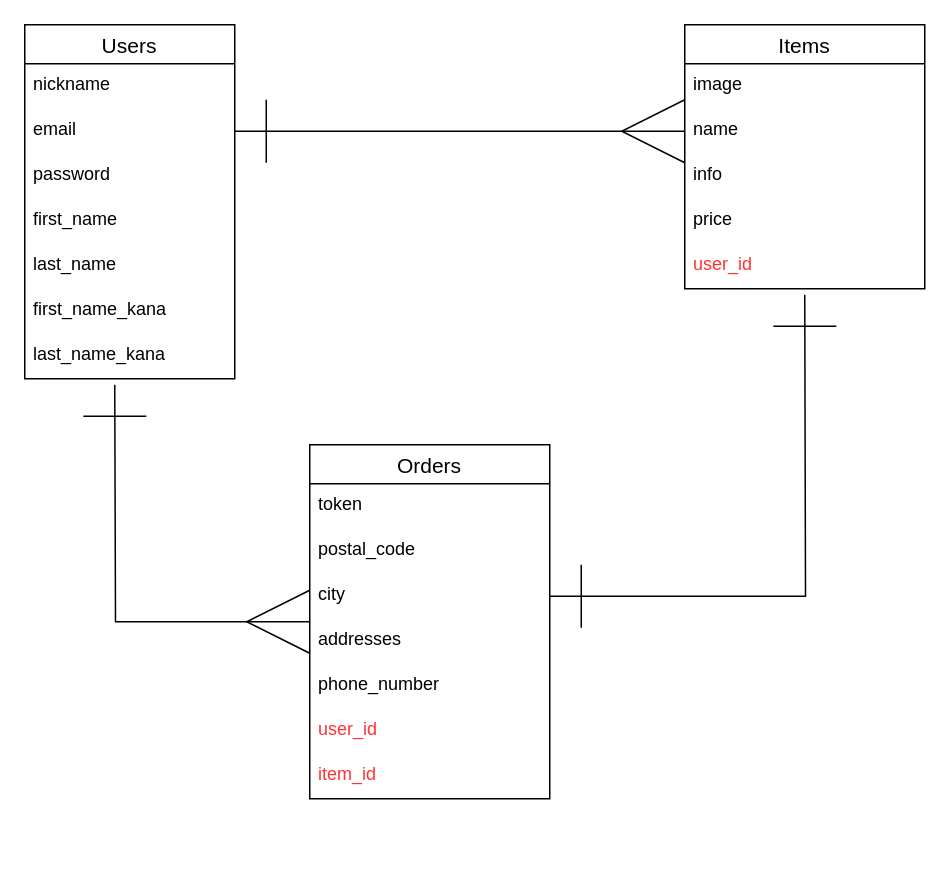
Above: config/ER.dio in yatto17/furima-35905 (draw.io), before the change. Source tidied: cells renumbered, new cells numbered last; positions are measured from the earlier drawing's top-left corner, leaving out a move shared by most shapes. Both pictures are drawn from the tidied source at 150%, with x=0, y=0 at pixel (24, 24).
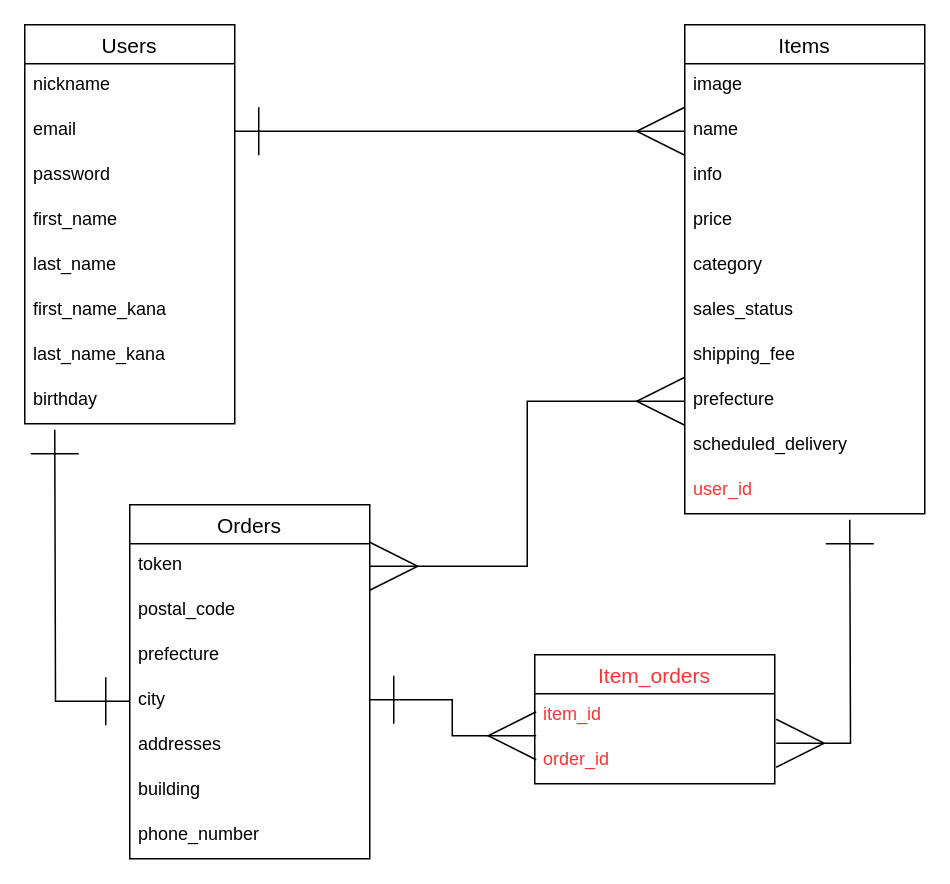
Above is the later version.

Commit message (it also covers changes not shown here):
DB設計の見直し・修正

Unchanged cells that the change refers to:
```xml
<mxCell id="4" value="email" style="text;strokeColor=none;fillColor=none;spacingLeft=4;spacingRight=4;overflow=hidden;points=[[0,0.5],[1,0.5]];portConstraint=eastwest;fontSize=12;align=left;" parent="2" vertex="1">
  <mxGeometry y="56" width="140" height="30" as="geometry" />
</mxCell>
<mxCell id="12" value="name" style="text;strokeColor=none;fillColor=none;spacingLeft=4;spacingRight=4;overflow=hidden;points=[[0,0.5],[1,0.5]];portConstraint=eastwest;fontSize=12;" parent="10" vertex="1">
  <mxGeometry y="56" width="160" height="30" as="geometry" />
</mxCell>
<mxCell id="18" value="token" style="text;strokeColor=none;fillColor=none;spacingLeft=4;spacingRight=4;overflow=hidden;points=[[0,0.5],[1,0.5]];portConstraint=eastwest;fontSize=12;" parent="17" vertex="1">
  <mxGeometry y="26" width="160" height="30" as="geometry" />
</mxCell>
```

Diff of the diagram source:
```diff
@@
     <mxCell id="2" value="Users" style="swimlane;fontStyle=0;horizontal=1;startSize=26;align=center;fontSize=14;" parent="1" vertex="1">
-      <mxGeometry width="140" height="236" as="geometry" />
+      <mxGeometry width="140" height="266" as="geometry" />
     </mxCell>
@@
+    <mxCell id="27" value="birthday" style="text;strokeColor=none;fillColor=none;spacingLeft=4;spacingRight=4;overflow=hidden;fontSize=12;" parent="2" vertex="1">
+      <mxGeometry y="236" width="140" height="30" as="geometry" />
+    </mxCell>
     <mxCell id="10" value="Items" style="swimlane;fontStyle=0;horizontal=1;startSize=26;align=center;fontSize=14;" parent="1" vertex="1">
-      <mxGeometry x="440" width="160" height="176" as="geometry" />
+      <mxGeometry x="440" width="160" height="326" as="geometry" />
     </mxCell>
@@
-    <mxCell id="15" value="user_id" style="text;strokeColor=none;fillColor=none;spacingLeft=4;spacingRight=4;overflow=hidden;fontSize=12;fontColor=#FF3333;" parent="10" vertex="1">
-      <mxGeometry y="146" width="160" height="30" as="geometry" />
-    </mxCell>
-    <mxCell id="16" style="edgeStyle=orthogonalEdgeStyle;rounded=0;jettySize=auto;html=1;fontSize=30;fontColor=#FF3333;startArrow=ERmany;startFill=0;endArrow=ERone;endFill=0;startSize=40;endSize=40;sourcePerimeterSpacing=0;targetPerimeterSpacing=0;strokeWidth=1;" parent="1" edge="1" source="17">
-      <mxGeometry relative="1" as="geometry">
-        <mxPoint x="60" y="240" as="targetPoint" />
-      </mxGeometry>
-    </mxCell>
+    <mxCell id="28" value="category" style="text;strokeColor=none;fillColor=none;spacingLeft=4;spacingRight=4;overflow=hidden;fontSize=12;" parent="10" vertex="1">
+      <mxGeometry y="146" width="160" height="30" as="geometry" />
+    </mxCell>
+    <mxCell id="29" value="sales_status" style="text;strokeColor=none;fillColor=none;spacingLeft=4;spacingRight=4;overflow=hidden;fontSize=12;" parent="10" vertex="1">
+      <mxGeometry y="176" width="160" height="30" as="geometry" />
+    </mxCell>
+    <mxCell id="30" value="shipping_fee" style="text;strokeColor=none;fillColor=none;spacingLeft=4;spacingRight=4;overflow=hidden;fontSize=12;" parent="10" vertex="1">
+      <mxGeometry y="206" width="160" height="30" as="geometry" />
+    </mxCell>
+    <mxCell id="31" value="prefecture" style="text;strokeColor=none;fillColor=none;spacingLeft=4;spacingRight=4;overflow=hidden;points=[[0,0.5],[1,0.5]];portConstraint=eastwest;fontSize=12;" parent="10" vertex="1">
+      <mxGeometry y="236" width="160" height="30" as="geometry" />
+    </mxCell>
+    <mxCell id="32" value="scheduled_delivery" style="text;strokeColor=none;fillColor=none;spacingLeft=4;spacingRight=4;overflow=hidden;fontSize=12;" parent="10" vertex="1">
+      <mxGeometry y="266" width="160" height="30" as="geometry" />
+    </mxCell>
+    <mxCell id="33" value="user_id" style="text;strokeColor=none;fillColor=none;spacingLeft=4;spacingRight=4;overflow=hidden;fontSize=12;fontColor=#FF3333;" parent="10" vertex="1">
+      <mxGeometry y="296" width="160" height="30" as="geometry" />
+    </mxCell>
     <mxCell id="17" value="Orders" style="swimlane;fontStyle=0;horizontal=1;startSize=26;align=center;fontSize=14;" parent="1" vertex="1">
-      <mxGeometry x="190" y="280" width="160" height="236" as="geometry" />
+      <mxGeometry x="70" y="320" width="160" height="236" as="geometry" />
     </mxCell>
@@
+    <mxCell id="34" value="prefecture" style="text;strokeColor=none;fillColor=none;spacingLeft=4;spacingRight=4;overflow=hidden;fontSize=12;" parent="17" vertex="1">
+      <mxGeometry y="86" width="160" height="30" as="geometry" />
+    </mxCell>
     <mxCell id="20" value="city" style="text;strokeColor=none;fillColor=none;spacingLeft=4;spacingRight=4;overflow=hidden;points=[[0,0.5],[1,0.5]];portConstraint=eastwest;fontSize=12;" parent="17" vertex="1">
-      <mxGeometry y="86" width="160" height="30" as="geometry" />
+      <mxGeometry y="116" width="160" height="30" as="geometry" />
     </mxCell>
     <mxCell id="21" value="addresses" style="text;strokeColor=none;fillColor=none;spacingLeft=4;spacingRight=4;overflow=hidden;fontSize=12;" parent="17" vertex="1">
-      <mxGeometry y="116" width="160" height="30" as="geometry" />
+      <mxGeometry y="146" width="160" height="30" as="geometry" />
     </mxCell>
+    <mxCell id="35" value="building" style="text;strokeColor=none;fillColor=none;spacingLeft=4;spacingRight=4;overflow=hidden;fontSize=12;" parent="17" vertex="1">
+      <mxGeometry y="176" width="160" height="30" as="geometry" />
+    </mxCell>
     <mxCell id="22" value="phone_number" style="text;strokeColor=none;fillColor=none;spacingLeft=4;spacingRight=4;overflow=hidden;fontSize=12;" parent="17" vertex="1">
-      <mxGeometry y="146" width="160" height="30" as="geometry" />
+      <mxGeometry y="206" width="160" height="30" as="geometry" />
     </mxCell>
-    <mxCell id="23" value="user_id" style="text;strokeColor=none;fillColor=none;spacingLeft=4;spacingRight=4;overflow=hidden;fontSize=12;fontColor=#FF3333;" parent="17" vertex="1">
-      <mxGeometry y="176" width="160" height="30" as="geometry" />
-    </mxCell>
+    <mxCell id="25" style="edgeStyle=orthogonalEdgeStyle;rounded=0;jettySize=auto;html=1;exitX=1;exitY=0.5;exitDx=0;exitDy=0;entryX=0;entryY=0.5;entryDx=0;entryDy=0;fontSize=30;startArrow=ERone;startFill=0;endArrow=ERmany;endFill=0;startSize=30;endSize=30;sourcePerimeterSpacing=0;targetPerimeterSpacing=0;strokeWidth=1;" parent="1" edge="1" source="4" target="12">
+      <mxGeometry relative="1" as="geometry" />
+    </mxCell>
+    <mxCell id="36" style="edgeStyle=orthogonalEdgeStyle;rounded=0;jettySize=auto;html=1;exitX=0;exitY=0.5;exitDx=0;exitDy=0;fontColor=#FF3333;startArrow=ERone;startFill=0;endArrow=ERone;endFill=0;startSize=30;endSize=30;" parent="1" edge="1" source="20">
+      <mxGeometry relative="1" as="geometry">
+        <mxPoint x="20" y="270" as="targetPoint" />
+      </mxGeometry>
+    </mxCell>
+    <mxCell id="37" value="Item_orders" style="swimlane;fontStyle=0;horizontal=1;startSize=26;align=center;fontSize=14;fontColor=#FF3333;" parent="1" vertex="1">
+      <mxGeometry x="340" y="420" width="160" height="86" as="geometry" />
+    </mxCell>
-    <mxCell id="24" value="item_id" style="text;strokeColor=none;fillColor=none;spacingLeft=4;spacingRight=4;overflow=hidden;points=[[0,0.5],[1,0.5]];portConstraint=eastwest;fontSize=12;fontColor=#FF3333;" parent="17" vertex="1">
-      <mxGeometry y="206" width="160" height="30" as="geometry" />
+    <mxCell id="24" value="item_id" style="text;strokeColor=none;fillColor=none;spacingLeft=4;spacingRight=4;overflow=hidden;points=[[0,0.5],[1,0.5]];portConstraint=eastwest;fontSize=12;fontColor=#FF3333;" parent="37" vertex="1">
+      <mxGeometry y="26" width="160" height="30" as="geometry" />
     </mxCell>
-    <mxCell id="25" style="edgeStyle=orthogonalEdgeStyle;rounded=0;jettySize=auto;html=1;exitX=1;exitY=0.5;exitDx=0;exitDy=0;entryX=0;entryY=0.5;entryDx=0;entryDy=0;fontSize=30;startArrow=ERone;startFill=0;endArrow=ERmany;endFill=0;startSize=40;endSize=40;sourcePerimeterSpacing=0;targetPerimeterSpacing=0;strokeWidth=1;" parent="1" edge="1" source="4" target="12">
-      <mxGeometry relative="1" as="geometry" />
-    </mxCell>
-    <mxCell id="26" style="edgeStyle=orthogonalEdgeStyle;rounded=0;jettySize=auto;html=1;exitX=1;exitY=0.5;exitDx=0;exitDy=0;fontSize=30;fontColor=#FF3333;startArrow=ERone;startFill=0;endArrow=ERone;endFill=0;startSize=40;endSize=40;sourcePerimeterSpacing=0;targetPerimeterSpacing=0;strokeWidth=1;" parent="1" edge="1" source="20">
-      <mxGeometry relative="1" as="geometry">
-        <mxPoint x="520" y="180" as="targetPoint" />
-      </mxGeometry>
-    </mxCell>
+    <mxCell id="38" value="order_id" style="text;strokeColor=none;fillColor=none;spacingLeft=4;spacingRight=4;overflow=hidden;points=[[0,0.5],[1,0.5]];portConstraint=eastwest;fontSize=12;fontColor=#FF3333;" parent="37" vertex="1">
+      <mxGeometry y="56" width="160" height="30" as="geometry" />
+    </mxCell>
+    <mxCell id="39" style="edgeStyle=orthogonalEdgeStyle;rounded=0;jettySize=auto;html=1;exitX=1;exitY=0.5;exitDx=0;exitDy=0;entryX=0;entryY=0.5;entryDx=0;entryDy=0;fontColor=#FF3333;startArrow=ERmany;startFill=0;endArrow=ERmany;endFill=0;startSize=30;endSize=30;" parent="1" edge="1" source="18" target="31">
+      <mxGeometry relative="1" as="geometry" />
+    </mxCell>
+    <mxCell id="40" style="edgeStyle=orthogonalEdgeStyle;rounded=0;jettySize=auto;html=1;fontColor=#FF3333;startArrow=ERone;startFill=0;endArrow=ERmany;endFill=0;startSize=30;endSize=30;entryX=0.006;entryY=0.933;entryDx=0;entryDy=0;entryPerimeter=0;exitX=1;exitY=0.466;exitDx=0;exitDy=0;exitPerimeter=0;" parent="1" edge="1" source="20" target="24">
+      <mxGeometry relative="1" as="geometry" />
+    </mxCell>
+    <mxCell id="41" style="edgeStyle=orthogonalEdgeStyle;rounded=0;jettySize=auto;html=1;exitX=1.006;exitY=0.1;exitDx=0;exitDy=0;fontColor=#FF3333;startArrow=ERmany;startFill=0;endArrow=ERone;endFill=0;startSize=30;endSize=30;exitPerimeter=0;" parent="1" edge="1" source="38">
+      <mxGeometry relative="1" as="geometry">
+        <mxPoint x="550" y="330" as="targetPoint" />
+      </mxGeometry>
+    </mxCell>
```
